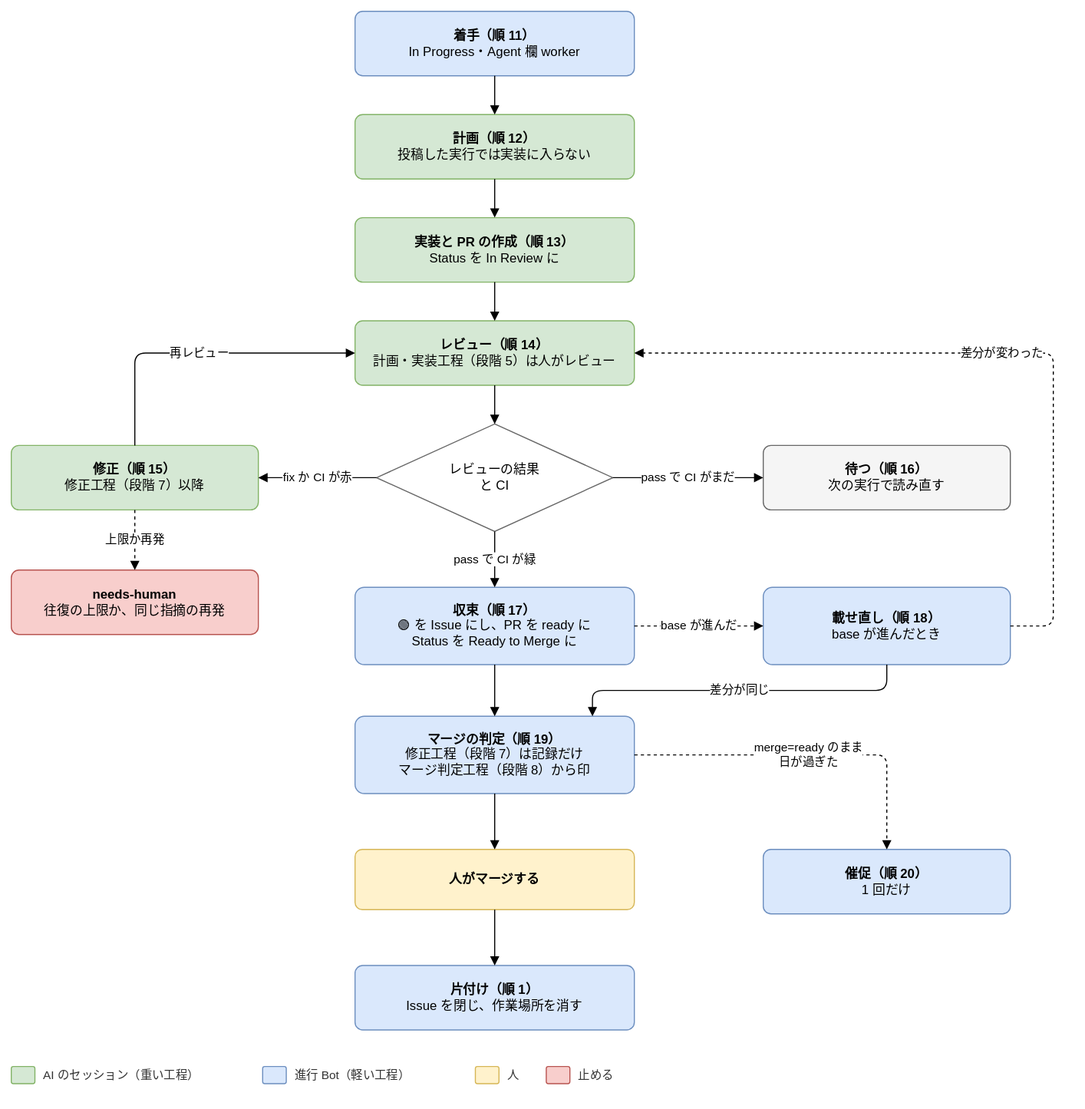
This is docs/design/basic/diagrams/02-next-step-in-progress.drawio.svg from Joymerrevent/dev-autopilot, a draw.io export, as it was before one commit. Source tidied: cells renumbered, new cells last; positions are measured from the earlier drawing's top-left corner, leaving out a move shared by most shapes.
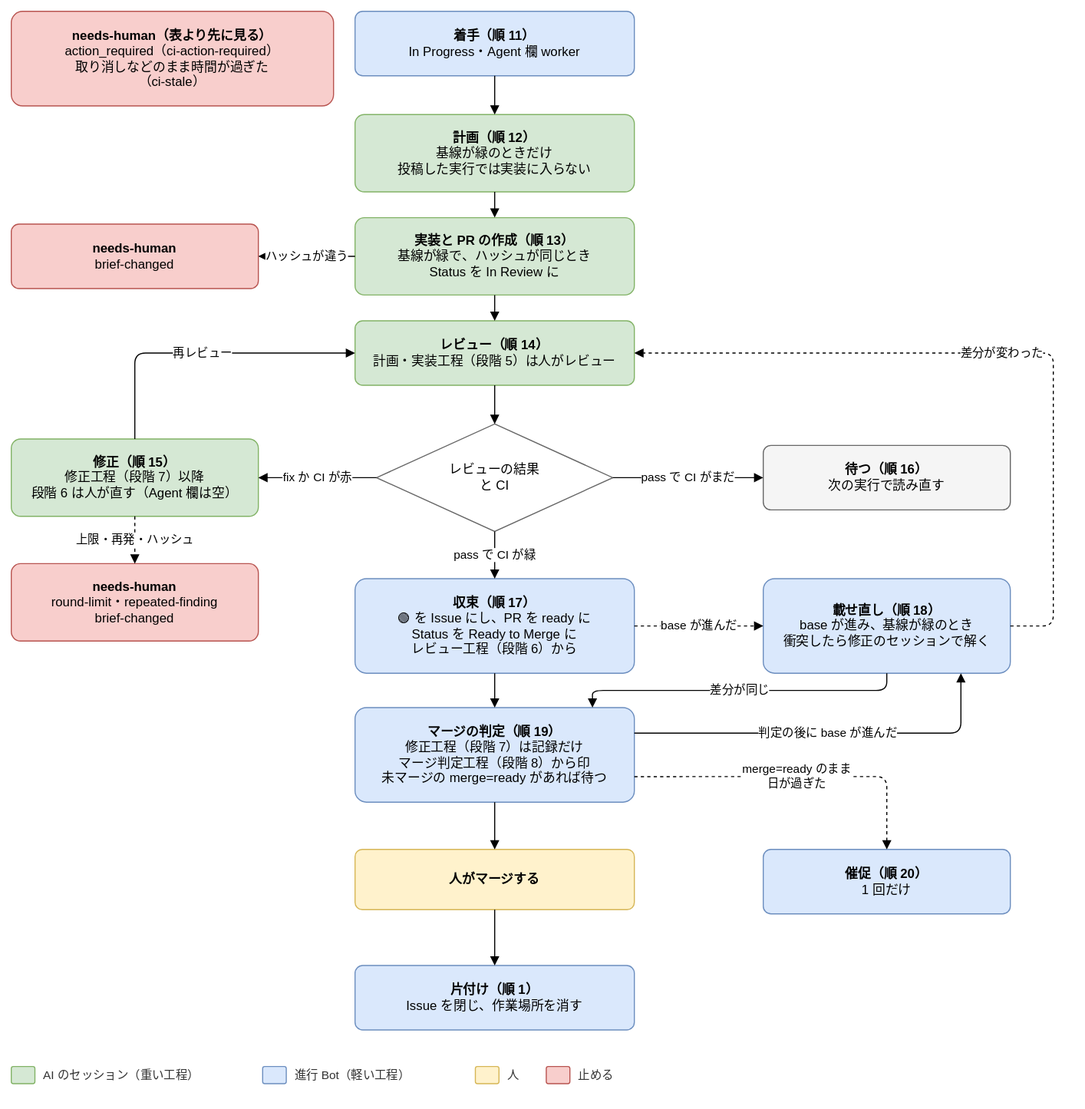
Above is the later version.

Change to the diagram source:
```diff
@@ -5,11 +5,11 @@
     <mxCell id="2" value="&lt;b&gt;着手（順 11）&lt;/b&gt;&lt;br&gt;In Progress・Agent 欄 worker" style="rounded=1;whiteSpace=wrap;html=1;fontSize=12;arcSize=12;spacing=12;fillColor=#dae8fc;strokeColor=#6c8ebf;" parent="1" vertex="1">
       <mxGeometry x="320" width="260" height="60" as="geometry" />
     </mxCell>
-    <mxCell id="3" value="&lt;b&gt;計画（順 12）&lt;/b&gt;&lt;br&gt;投稿した実行では実装に入らない" style="rounded=1;whiteSpace=wrap;html=1;fontSize=12;arcSize=12;spacing=12;fillColor=#d5e8d4;strokeColor=#82b366;" parent="1" vertex="1">
-      <mxGeometry x="320" y="96" width="260" height="60" as="geometry" />
+    <mxCell id="3" value="&lt;b&gt;計画（順 12）&lt;/b&gt;&lt;br&gt;基線が緑のときだけ&lt;br&gt;投稿した実行では実装に入らない" style="rounded=1;whiteSpace=wrap;html=1;fontSize=12;arcSize=12;spacing=12;fillColor=#d5e8d4;strokeColor=#82b366;" parent="1" vertex="1">
+      <mxGeometry x="320" y="96" width="260" height="72" as="geometry" />
     </mxCell>
-    <mxCell id="4" value="&lt;b&gt;実装と PR の作成（順 13）&lt;/b&gt;&lt;br&gt;Status を In Review に" style="rounded=1;whiteSpace=wrap;html=1;fontSize=12;arcSize=12;spacing=12;fillColor=#d5e8d4;strokeColor=#82b366;" parent="1" vertex="1">
-      <mxGeometry x="320" y="192" width="260" height="60" as="geometry" />
+    <mxCell id="4" value="&lt;b&gt;実装と PR の作成（順 13）&lt;/b&gt;&lt;br&gt;基線が緑で、ハッシュが同じとき&lt;br&gt;Status を In Review に" style="rounded=1;whiteSpace=wrap;html=1;fontSize=12;arcSize=12;spacing=12;fillColor=#d5e8d4;strokeColor=#82b366;" parent="1" vertex="1">
+      <mxGeometry x="320" y="192" width="260" height="72" as="geometry" />
     </mxCell>
     <mxCell id="5" value="&lt;b&gt;レビュー（順 14）&lt;/b&gt;&lt;br&gt;計画・実装工程（段階 5）は人がレビュー" style="rounded=1;whiteSpace=wrap;html=1;fontSize=12;arcSize=12;spacing=12;fillColor=#d5e8d4;strokeColor=#82b366;" parent="1" vertex="1">
       <mxGeometry x="320" y="288" width="260" height="60" as="geometry" />
@@ -17,23 +17,23 @@
     <mxCell id="6" value="レビューの結果&lt;br&gt;と CI" style="rhombus;whiteSpace=wrap;html=1;fontSize=12;spacing=12;fillColor=#ffffff;strokeColor=#666666;" parent="1" vertex="1">
       <mxGeometry x="340" y="384" width="220" height="100" as="geometry" />
     </mxCell>
-    <mxCell id="7" value="&lt;b&gt;修正（順 15）&lt;/b&gt;&lt;br&gt;修正工程（段階 7）以降" style="rounded=1;whiteSpace=wrap;html=1;fontSize=12;arcSize=12;spacing=12;fillColor=#d5e8d4;strokeColor=#82b366;" parent="1" vertex="1">
-      <mxGeometry y="404" width="230" height="60" as="geometry" />
+    <mxCell id="7" value="&lt;b&gt;修正（順 15）&lt;/b&gt;&lt;br&gt;修正工程（段階 7）以降&lt;br&gt;段階 6 は人が直す（Agent 欄は空）" style="rounded=1;whiteSpace=wrap;html=1;fontSize=12;arcSize=12;spacing=12;fillColor=#d5e8d4;strokeColor=#82b366;" parent="1" vertex="1">
+      <mxGeometry y="398" width="230" height="72" as="geometry" />
     </mxCell>
-    <mxCell id="8" value="&lt;b&gt;needs-human&lt;/b&gt;&lt;br&gt;往復の上限か、同じ指摘の再発" style="rounded=1;whiteSpace=wrap;html=1;fontSize=12;arcSize=12;spacing=12;fillColor=#f8cecc;strokeColor=#b85450;" parent="1" vertex="1">
-      <mxGeometry y="520" width="230" height="60" as="geometry" />
+    <mxCell id="8" value="&lt;b&gt;needs-human&lt;/b&gt;&lt;br&gt;round-limit・repeated-finding&lt;br&gt;brief-changed" style="rounded=1;whiteSpace=wrap;html=1;fontSize=12;arcSize=12;spacing=12;fillColor=#f8cecc;strokeColor=#b85450;" parent="1" vertex="1">
+      <mxGeometry y="514" width="230" height="72" as="geometry" />
     </mxCell>
     <mxCell id="9" value="&lt;b&gt;待つ（順 16）&lt;/b&gt;&lt;br&gt;次の実行で読み直す" style="rounded=1;whiteSpace=wrap;html=1;fontSize=12;arcSize=12;spacing=12;fillColor=#f5f5f5;strokeColor=#666666;" parent="1" vertex="1">
       <mxGeometry x="700" y="404" width="230" height="60" as="geometry" />
     </mxCell>
-    <mxCell id="10" value="&lt;b&gt;収束（順 17）&lt;/b&gt;&lt;br&gt;🟢 を Issue にし、PR を ready に&lt;br&gt;Status を Ready to Merge に" style="rounded=1;whiteSpace=wrap;html=1;fontSize=12;arcSize=12;spacing=12;fillColor=#dae8fc;strokeColor=#6c8ebf;" parent="1" vertex="1">
-      <mxGeometry x="320" y="536" width="260" height="72" as="geometry" />
+    <mxCell id="10" value="&lt;b&gt;収束（順 17）&lt;/b&gt;&lt;br&gt;🟢 を Issue にし、PR を ready に&lt;br&gt;Status を Ready to Merge に&lt;br&gt;レビュー工程（段階 6）から" style="rounded=1;whiteSpace=wrap;html=1;fontSize=12;arcSize=12;spacing=12;fillColor=#dae8fc;strokeColor=#6c8ebf;" parent="1" vertex="1">
+      <mxGeometry x="320" y="528" width="260" height="88" as="geometry" />
     </mxCell>
-    <mxCell id="11" value="&lt;b&gt;載せ直し（順 18）&lt;/b&gt;&lt;br&gt;base が進んだとき" style="rounded=1;whiteSpace=wrap;html=1;fontSize=12;arcSize=12;spacing=12;fillColor=#dae8fc;strokeColor=#6c8ebf;" parent="1" vertex="1">
-      <mxGeometry x="700" y="536" width="230" height="72" as="geometry" />
+    <mxCell id="11" value="&lt;b&gt;載せ直し（順 18）&lt;/b&gt;&lt;br&gt;base が進み、基線が緑のとき&lt;br&gt;衝突したら修正のセッションで解く" style="rounded=1;whiteSpace=wrap;html=1;fontSize=12;arcSize=12;spacing=12;fillColor=#dae8fc;strokeColor=#6c8ebf;" parent="1" vertex="1">
+      <mxGeometry x="700" y="528" width="230" height="88" as="geometry" />
     </mxCell>
-    <mxCell id="12" value="&lt;b&gt;マージの判定（順 19）&lt;/b&gt;&lt;br&gt;修正工程（段階 7）は記録だけ&lt;br&gt;マージ判定工程（段階 8）から印" style="rounded=1;whiteSpace=wrap;html=1;fontSize=12;arcSize=12;spacing=12;fillColor=#dae8fc;strokeColor=#6c8ebf;" parent="1" vertex="1">
-      <mxGeometry x="320" y="656" width="260" height="72" as="geometry" />
+    <mxCell id="12" value="&lt;b&gt;マージの判定（順 19）&lt;/b&gt;&lt;br&gt;修正工程（段階 7）は記録だけ&lt;br&gt;マージ判定工程（段階 8）から印&lt;br&gt;未マージの merge=ready があれば待つ" style="rounded=1;whiteSpace=wrap;html=1;fontSize=12;arcSize=12;spacing=12;fillColor=#dae8fc;strokeColor=#6c8ebf;" parent="1" vertex="1">
+      <mxGeometry x="320" y="648" width="260" height="88" as="geometry" />
     </mxCell>
     <mxCell id="13" value="&lt;b&gt;人がマージする&lt;/b&gt;" style="rounded=1;whiteSpace=wrap;html=1;fontSize=12;arcSize=12;spacing=12;fillColor=#fff2cc;strokeColor=#d6b656;" parent="1" vertex="1">
       <mxGeometry x="320" y="780" width="260" height="56" as="geometry" />
@@ -62,7 +62,7 @@
     <mxCell id="21" value="再レビュー" style="edgeStyle=orthogonalEdgeStyle;rounded=1;html=1;endArrow=block;endFill=1;fontSize=11;labelBackgroundColor=#ffffff;exitX=0.5;exitY=0;exitDx=0;exitDy=0;entryX=0;entryY=0.5;entryDx=0;entryDy=0;" parent="1" edge="1" source="7" target="5">
       <mxGeometry relative="1" as="geometry" />
     </mxCell>
-    <mxCell id="22" value="上限か再発" style="edgeStyle=orthogonalEdgeStyle;rounded=1;html=1;endArrow=block;endFill=1;fontSize=11;labelBackgroundColor=#ffffff;dashed=1;exitX=0.5;exitY=1;exitDx=0;exitDy=0;entryX=0.5;entryY=0;entryDx=0;entryDy=0;" parent="1" edge="1" source="7" target="8">
+    <mxCell id="22" value="上限・再発・ハッシュ" style="edgeStyle=orthogonalEdgeStyle;rounded=1;html=1;endArrow=block;endFill=1;fontSize=11;labelBackgroundColor=#ffffff;dashed=1;exitX=0.5;exitY=1;exitDx=0;exitDy=0;entryX=0.5;entryY=0;entryDx=0;entryDy=0;" parent="1" edge="1" source="7" target="8">
       <mxGeometry relative="1" as="geometry" />
     </mxCell>
     <mxCell id="23" value="pass で CI がまだ" style="edgeStyle=orthogonalEdgeStyle;rounded=1;html=1;endArrow=block;endFill=1;fontSize=11;labelBackgroundColor=#ffffff;exitX=1;exitY=0.5;exitDx=0;exitDy=0;entryX=0;entryY=0.5;entryDx=0;entryDy=0;" parent="1" edge="1" source="6" target="9">
@@ -91,7 +91,7 @@
     <mxCell id="29" style="edgeStyle=orthogonalEdgeStyle;rounded=1;html=1;endArrow=block;endFill=1;fontSize=11;labelBackgroundColor=#ffffff;exitX=0.5;exitY=1;exitDx=0;exitDy=0;entryX=0.5;entryY=0;entryDx=0;entryDy=0;" parent="1" edge="1" source="12" target="13">
       <mxGeometry relative="1" as="geometry" />
     </mxCell>
-    <mxCell id="30" value="merge=ready のまま&lt;br&gt;日が過ぎた" style="edgeStyle=orthogonalEdgeStyle;rounded=1;html=1;endArrow=block;endFill=1;fontSize=11;labelBackgroundColor=#ffffff;dashed=1;exitX=1;exitY=0.5;exitDx=0;exitDy=0;entryX=0.5;entryY=0;entryDx=0;entryDy=0;" parent="1" edge="1" source="12" target="14">
+    <mxCell id="30" value="merge=ready のまま&lt;br&gt;日が過ぎた" style="edgeStyle=orthogonalEdgeStyle;rounded=1;html=1;endArrow=block;endFill=1;fontSize=11;labelBackgroundColor=#ffffff;dashed=1;exitX=1;exitY=0.73;exitDx=0;exitDy=0;entryX=0.5;entryY=0;entryDx=0;entryDy=0;" parent="1" edge="1" source="12" target="14">
       <mxGeometry relative="1" as="geometry" />
     </mxCell>
     <mxCell id="31" style="edgeStyle=orthogonalEdgeStyle;rounded=1;html=1;endArrow=block;endFill=1;fontSize=11;labelBackgroundColor=#ffffff;exitX=0.5;exitY=1;exitDx=0;exitDy=0;entryX=0.5;entryY=0;entryDx=0;entryDy=0;" parent="1" edge="1" source="13" target="15">
@@ -121,5 +121,17 @@
     <mxCell id="39" value="止める" style="text;html=1;align=left;verticalAlign=middle;fontSize=11;fontColor=#333333;" parent="1" vertex="1">
       <mxGeometry x="526" y="980" width="46" height="20" as="geometry" />
     </mxCell>
+    <mxCell id="40" value="&lt;b&gt;needs-human（表より先に見る）&lt;/b&gt;&lt;br&gt;action_required（ci-action-required）&lt;br&gt;取り消しなどのまま時間が過ぎた&lt;br&gt;（ci-stale）" style="rounded=1;whiteSpace=wrap;html=1;fontSize=12;arcSize=12;spacing=12;fillColor=#f8cecc;strokeColor=#b85450;" parent="1" vertex="1">
+      <mxGeometry width="300" height="88" as="geometry" />
+    </mxCell>
+    <mxCell id="41" value="&lt;b&gt;needs-human&lt;/b&gt;&lt;br&gt;brief-changed" style="rounded=1;whiteSpace=wrap;html=1;fontSize=12;arcSize=12;spacing=12;fillColor=#f8cecc;strokeColor=#b85450;" parent="1" vertex="1">
+      <mxGeometry y="198" width="230" height="60" as="geometry" />
+    </mxCell>
+    <mxCell id="42" value="ハッシュが違う" style="edgeStyle=orthogonalEdgeStyle;rounded=1;html=1;endArrow=block;endFill=1;fontSize=11;labelBackgroundColor=#ffffff;exitX=0;exitY=0.5;exitDx=0;exitDy=0;entryX=1;entryY=0.5;entryDx=0;entryDy=0;" parent="1" edge="1" source="4" target="41">
+      <mxGeometry relative="1" as="geometry" />
+    </mxCell>
+    <mxCell id="43" value="判定の後に base が進んだ" style="edgeStyle=orthogonalEdgeStyle;rounded=1;html=1;endArrow=block;endFill=1;fontSize=11;labelBackgroundColor=#ffffff;exitX=1;exitY=0.27;exitDx=0;exitDy=0;entryX=0.8;entryY=1;entryDx=0;entryDy=0;" parent="1" edge="1" source="12" target="11">
+      <mxGeometry relative="1" as="geometry" />
+    </mxCell>
   </root>
 </mxGraphModel>
```
